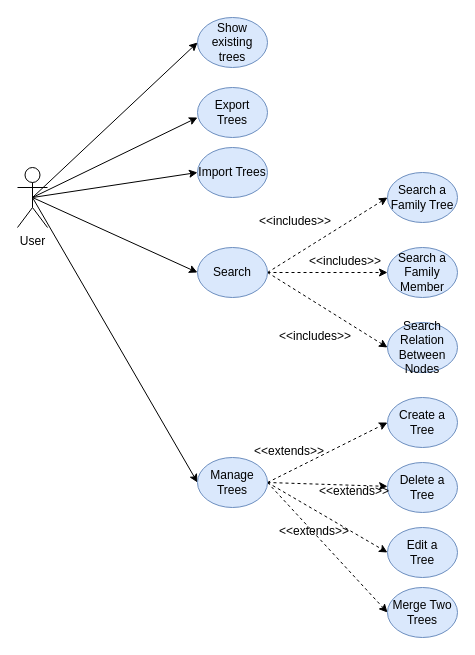
This is Documents/Design Document/activity diagrams/use_case_diagram.drawio from ozanyucell/SE302-Team9, a draw.io file, before an edit. Source tidied: cells renumbered, new cells numbered last; positions are measured from the earlier drawing's top-left corner, leaving out a move shared by most shapes. Both pictures are drawn from the tidied source at 100%, with x=0, y=0 at pixel (17, 17).
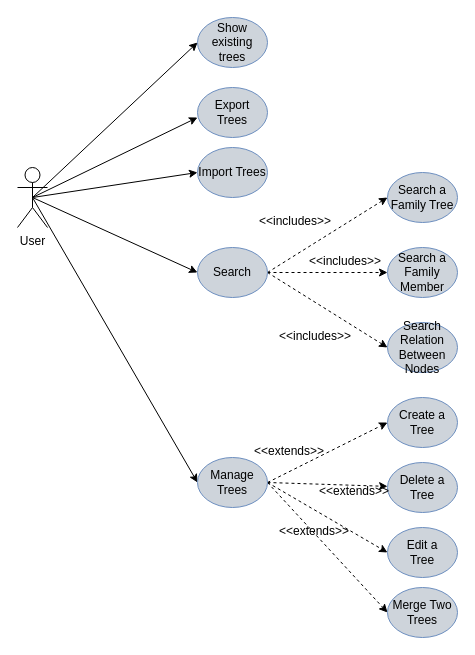
The same diagram, later.

Diff of the diagram source:
```diff
@@
-    <mxCell id="7" value="&lt;div&gt;Show existing trees&lt;/div&gt;" style="ellipse;whiteSpace=wrap;html=1;fillColor=#dae8fc;strokeColor=#6c8ebf;" parent="1" vertex="1">
+    <mxCell id="7" value="&lt;div&gt;Show existing trees&lt;/div&gt;" style="ellipse;whiteSpace=wrap;html=1;fillColor=#CED4DB;strokeColor=#6c8ebf;" parent="1" vertex="1">
       <mxGeometry x="180" width="70" height="50" as="geometry" />
     </mxCell>
-    <mxCell id="8" value="Export Trees" style="ellipse;whiteSpace=wrap;html=1;fillColor=#dae8fc;strokeColor=#6c8ebf;" parent="1" vertex="1">
+    <mxCell id="8" value="Export Trees" style="ellipse;whiteSpace=wrap;html=1;fillColor=#CED4DB;strokeColor=#6c8ebf;" parent="1" vertex="1">
       <mxGeometry x="180" y="70" width="70" height="50" as="geometry" />
     </mxCell>
-    <mxCell id="9" value="&lt;div&gt;Import Trees&lt;/div&gt;" style="ellipse;whiteSpace=wrap;html=1;fillColor=#dae8fc;strokeColor=#6c8ebf;" parent="1" vertex="1">
+    <mxCell id="9" value="&lt;div&gt;Import Trees&lt;/div&gt;" style="ellipse;whiteSpace=wrap;html=1;fillColor=#CED4DB;strokeColor=#6c8ebf;" parent="1" vertex="1">
       <mxGeometry x="180" y="130" width="70" height="50" as="geometry" />
     </mxCell>
@@
-    <mxCell id="13" value="Search" style="ellipse;whiteSpace=wrap;html=1;fillColor=#dae8fc;strokeColor=#6c8ebf;" parent="1" vertex="1">
+    <mxCell id="13" value="Search" style="ellipse;whiteSpace=wrap;html=1;fillColor=#CED4DB;strokeColor=#6c8ebf;" parent="1" vertex="1">
       <mxGeometry x="180" y="230" width="70" height="50" as="geometry" />
     </mxCell>
@@
-    <mxCell id="15" value="Search a Family Tree" style="ellipse;whiteSpace=wrap;html=1;fillColor=#dae8fc;strokeColor=#6c8ebf;" parent="1" vertex="1">
+    <mxCell id="15" value="Search a Family Tree" style="ellipse;whiteSpace=wrap;html=1;fillColor=#CED4DB;strokeColor=#6c8ebf;" parent="1" vertex="1">
       <mxGeometry x="370" y="155" width="70" height="50" as="geometry" />
     </mxCell>
-    <mxCell id="16" value="&lt;div&gt;Search a Family Member&lt;br&gt;&lt;/div&gt;" style="ellipse;whiteSpace=wrap;html=1;fillColor=#dae8fc;strokeColor=#6c8ebf;" parent="1" vertex="1">
+    <mxCell id="16" value="&lt;div&gt;Search a Family Member&lt;br&gt;&lt;/div&gt;" style="ellipse;whiteSpace=wrap;html=1;fillColor=#CED4DB;strokeColor=#6c8ebf;" parent="1" vertex="1">
       <mxGeometry x="370" y="230" width="70" height="50" as="geometry" />
     </mxCell>
@@
-    <mxCell id="21" value="&lt;div&gt;Manage Trees&lt;/div&gt;" style="ellipse;whiteSpace=wrap;html=1;fillColor=#dae8fc;strokeColor=#6c8ebf;" parent="1" vertex="1">
+    <mxCell id="21" value="&lt;div&gt;Manage Trees&lt;/div&gt;" style="ellipse;whiteSpace=wrap;html=1;fillColor=#CED4DB;strokeColor=#6c8ebf;" parent="1" vertex="1">
       <mxGeometry x="180" y="440" width="70" height="50" as="geometry" />
     </mxCell>
-    <mxCell id="22" value="Create a Tree" style="ellipse;whiteSpace=wrap;html=1;fillColor=#dae8fc;strokeColor=#6c8ebf;" parent="1" vertex="1">
+    <mxCell id="22" value="Create a Tree" style="ellipse;whiteSpace=wrap;html=1;fillColor=#CED4DB;strokeColor=#6c8ebf;" parent="1" vertex="1">
       <mxGeometry x="370" y="380" width="70" height="50" as="geometry" />
     </mxCell>
@@
-    <mxCell id="24" value="Delete a Tree" style="ellipse;whiteSpace=wrap;html=1;fillColor=#dae8fc;strokeColor=#6c8ebf;" parent="1" vertex="1">
+    <mxCell id="24" value="Delete a Tree" style="ellipse;whiteSpace=wrap;html=1;fillColor=#CED4DB;strokeColor=#6c8ebf;" parent="1" vertex="1">
       <mxGeometry x="370" y="445" width="70" height="50" as="geometry" />
     </mxCell>
-    <mxCell id="25" value="&lt;div&gt;Edit a&lt;/div&gt;&lt;div&gt;Tree&lt;/div&gt;" style="ellipse;whiteSpace=wrap;html=1;fillColor=#dae8fc;strokeColor=#6c8ebf;" parent="1" vertex="1">
+    <mxCell id="25" value="&lt;div&gt;Edit a&lt;/div&gt;&lt;div&gt;Tree&lt;/div&gt;" style="ellipse;whiteSpace=wrap;html=1;fillColor=#CED4DB;strokeColor=#6c8ebf;" parent="1" vertex="1">
       <mxGeometry x="370" y="510" width="70" height="50" as="geometry" />
     </mxCell>
@@
-    <mxCell id="33" value="Search Relation Between Nodes" style="ellipse;whiteSpace=wrap;html=1;fillColor=#dae8fc;strokeColor=#6c8ebf;" parent="1" vertex="1">
+    <mxCell id="33" value="Search Relation Between Nodes" style="ellipse;whiteSpace=wrap;html=1;fillColor=#CED4DB;strokeColor=#6c8ebf;" parent="1" vertex="1">
       <mxGeometry x="370" y="305" width="70" height="50" as="geometry" />
     </mxCell>
-    <mxCell id="34" value="Merge Two Trees" style="ellipse;whiteSpace=wrap;html=1;fillColor=#dae8fc;strokeColor=#6c8ebf;" parent="1" vertex="1">
+    <mxCell id="34" value="Merge Two Trees" style="ellipse;whiteSpace=wrap;html=1;fillColor=#CED4DB;strokeColor=#6c8ebf;" parent="1" vertex="1">
       <mxGeometry x="370" y="570" width="70" height="50" as="geometry" />
     </mxCell>
```
